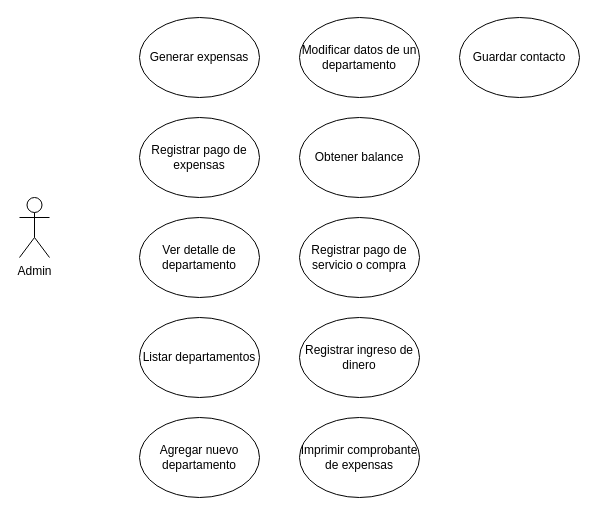
The draw.io diagram docs/usecases.drawio in elmiguedev/expensoides, before the edit. Source tidied: cells renumbered, new cells numbered last; positions are measured from the earlier drawing's top-left corner, leaving out a move shared by most shapes. Both pictures are drawn from the tidied source at 100%, with x=0, y=0 at pixel (19, 17).
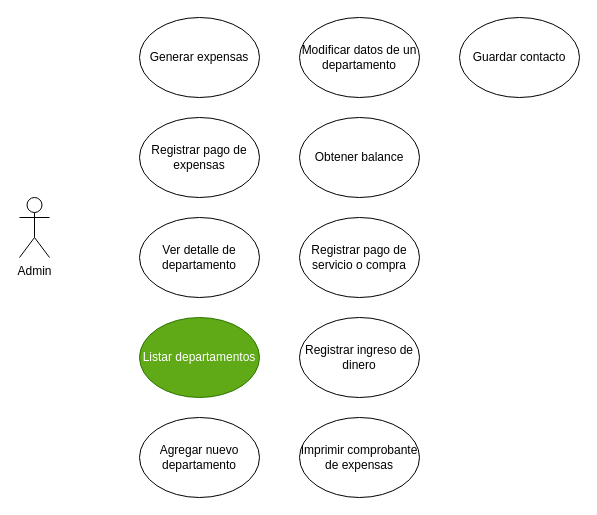
After the change.

Diff of the diagram source:
```diff
@@
 <mxGraphModel>
   <root>
     <mxCell id="0" />
     <mxCell id="1" parent="0" />
     <mxCell id="2" value="Admin" style="shape=umlActor;verticalLabelPosition=bottom;verticalAlign=top;html=1;" parent="1" vertex="1">
       <mxGeometry y="180" width="30" height="60" as="geometry" />
     </mxCell>
     <mxCell id="3" value="Generar expensas" style="ellipse;whiteSpace=wrap;html=1;" parent="1" vertex="1">
       <mxGeometry x="120" width="120" height="80" as="geometry" />
     </mxCell>
     <mxCell id="4" value="Registrar pago de expensas" style="ellipse;whiteSpace=wrap;html=1;" parent="1" vertex="1">
       <mxGeometry x="120" y="100" width="120" height="80" as="geometry" />
     </mxCell>
     <mxCell id="5" value="Ver detalle de departamento" style="ellipse;whiteSpace=wrap;html=1;" parent="1" vertex="1">
       <mxGeometry x="120" y="200" width="120" height="80" as="geometry" />
     </mxCell>
-    <mxCell id="6" value="Listar departamentos" style="ellipse;whiteSpace=wrap;html=1;" parent="1" vertex="1">
+    <mxCell id="6" value="Listar departamentos" style="ellipse;whiteSpace=wrap;html=1;fillColor=#60a917;fontColor=#ffffff;strokeColor=#2D7600;" parent="1" vertex="1">
       <mxGeometry x="120" y="300" width="120" height="80" as="geometry" />
     </mxCell>
     <mxCell id="7" value="Agregar nuevo departamento" style="ellipse;whiteSpace=wrap;html=1;" parent="1" vertex="1">
       <mxGeometry x="120" y="400" width="120" height="80" as="geometry" />
     </mxCell>
     <mxCell id="8" value="Modificar datos de un departamento" style="ellipse;whiteSpace=wrap;html=1;" parent="1" vertex="1">
       <mxGeometry x="280" width="120" height="80" as="geometry" />
     </mxCell>
     <mxCell id="9" value="Obtener balance" style="ellipse;whiteSpace=wrap;html=1;" parent="1" vertex="1">
       <mxGeometry x="280" y="100" width="120" height="80" as="geometry" />
     </mxCell>
     <mxCell id="10" value="Registrar pago de servicio o compra" style="ellipse;whiteSpace=wrap;html=1;" parent="1" vertex="1">
       <mxGeometry x="280" y="200" width="120" height="80" as="geometry" />
     </mxCell>
     <mxCell id="11" value="Registrar ingreso de dinero" style="ellipse;whiteSpace=wrap;html=1;" parent="1" vertex="1">
       <mxGeometry x="280" y="300" width="120" height="80" as="geometry" />
     </mxCell>
     <mxCell id="12" value="Imprimir comprobante de expensas" style="ellipse;whiteSpace=wrap;html=1;" parent="1" vertex="1">
       <mxGeometry x="280" y="400" width="120" height="80" as="geometry" />
     </mxCell>
     <mxCell id="13" value="Guardar contacto" style="ellipse;whiteSpace=wrap;html=1;" parent="1" vertex="1">
       <mxGeometry x="440" width="120" height="80" as="geometry" />
     </mxCell>
   </root>
 </mxGraphModel>
```
